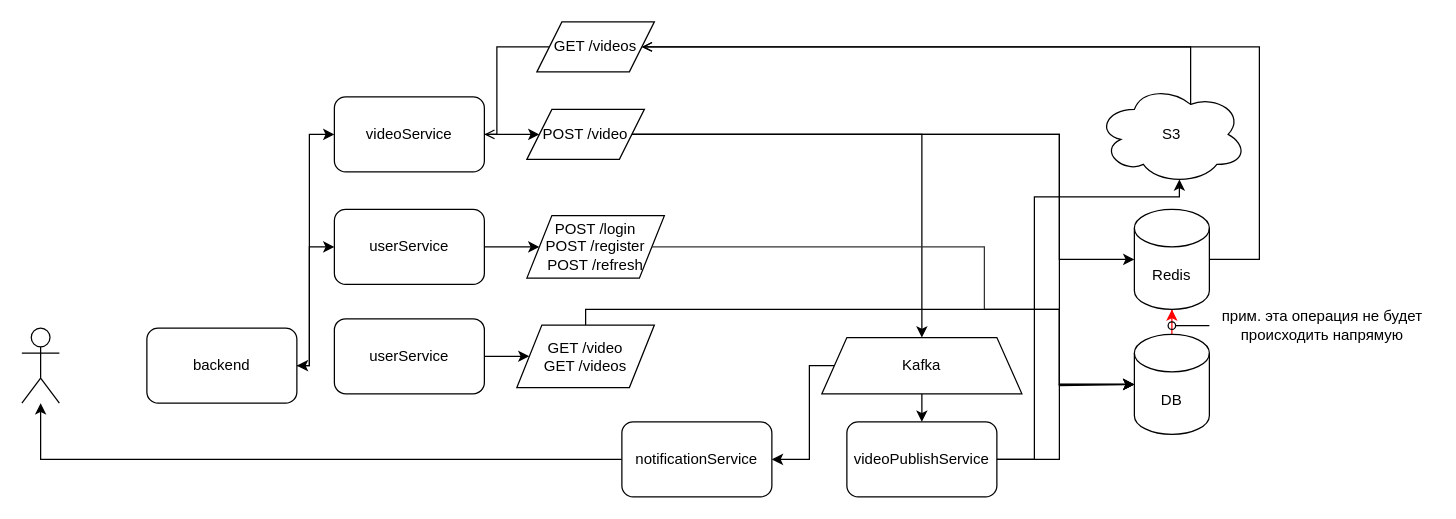
This is RecommendationSystemDemo.drawio from Yooshyasha/RecommendationSystemDemo, a draw.io file, before an edit. Source tidied: cells renumbered, new cells numbered last; positions are measured from the earlier drawing's top-left corner, leaving out a move shared by most shapes. Both pictures are drawn from the tidied source at 125%, with x=0, y=0 at pixel (21, 21).
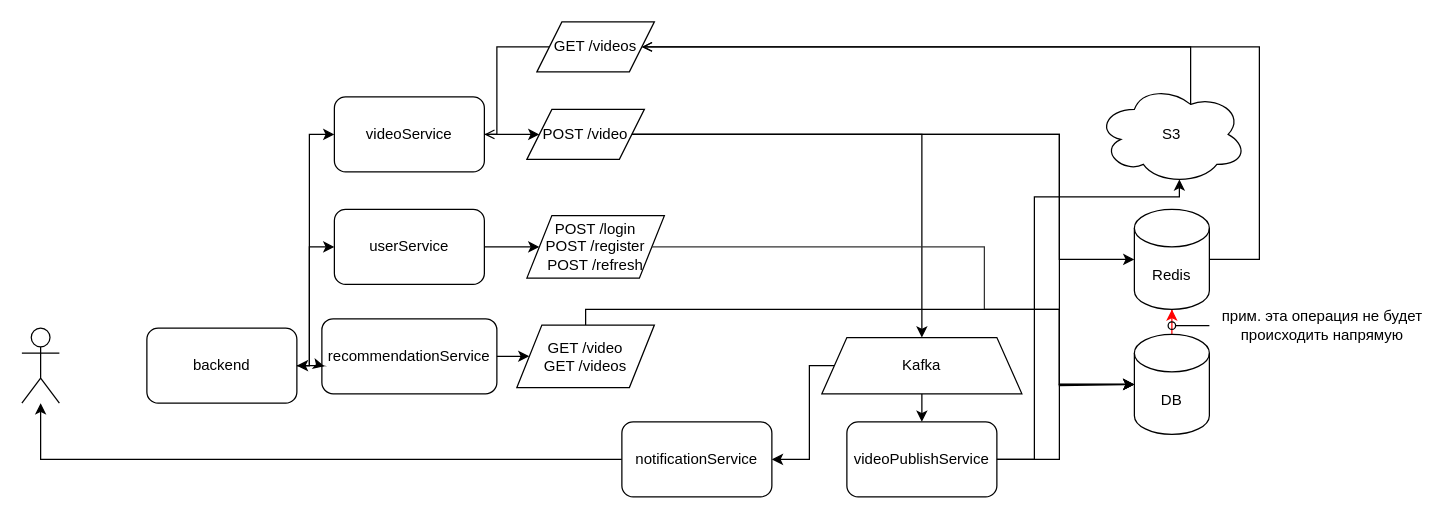
Above is the later version.

The change refers to these unchanged cells:
```xml
<mxCell id="5" value="backend" style="rounded=1;whiteSpace=wrap;html=1;" parent="1" vertex="1">
  <mxGeometry x="100" y="245" width="120" height="60" as="geometry" />
</mxCell>
```

The edit, as a diff of the source:
```diff
@@
-    <mxCell id="35" value="userService" style="rounded=1;whiteSpace=wrap;html=1;" parent="1" vertex="1">
-      <mxGeometry x="250" y="237.5" width="120" height="60" as="geometry" />
+    <mxCell id="35" value="recommendationService" style="rounded=1;whiteSpace=wrap;html=1;" parent="1" vertex="1">
+      <mxGeometry x="240" y="237.5" width="140" height="60" as="geometry" />
     </mxCell>
@@
+    <mxCell id="38" style="edgeStyle=orthogonalEdgeStyle;rounded=0;jettySize=auto;html=1;entryX=0.014;entryY=0.633;entryDx=0;entryDy=0;entryPerimeter=0;" parent="1" edge="1" source="5" target="35">
+      <mxGeometry relative="1" as="geometry" />
+    </mxCell>
```
